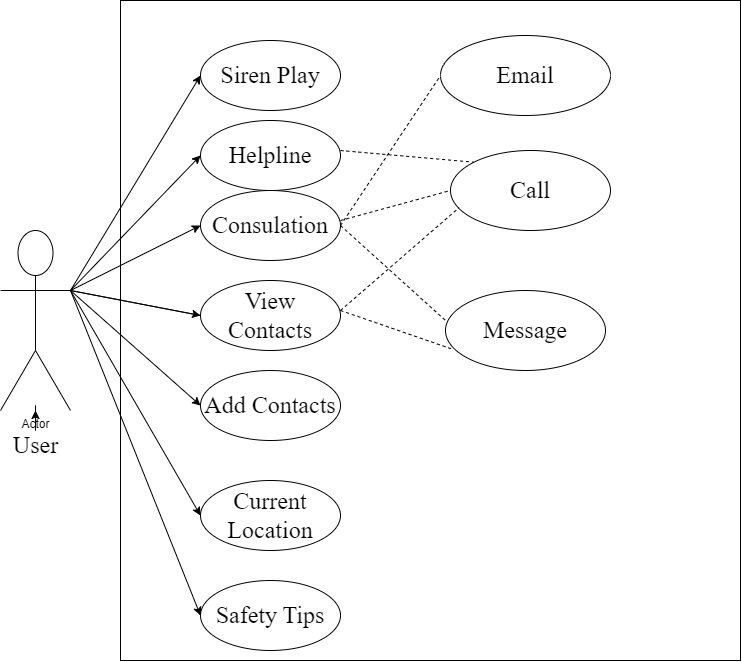
This is Untitled Diagram.drawio.png from SyedaZarin/SafetyTips, a draw.io export, as it was before one commit. Source tidied: cells renumbered, new cells last; positions are measured from the earlier drawing's top-left corner, leaving out a move shared by most shapes.
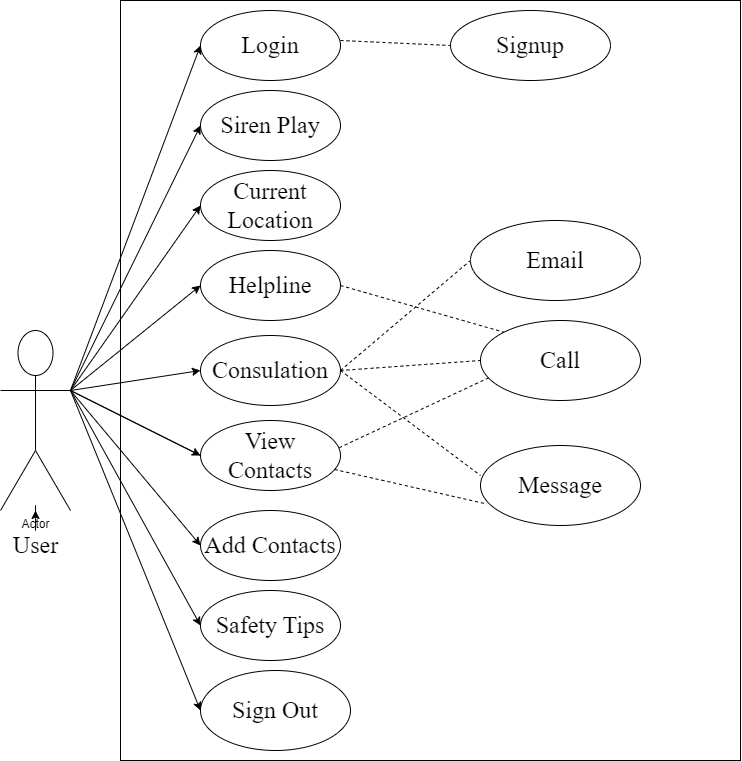
Later version of the same file.

What changed in the source:
```diff
@@ -3,7 +3,7 @@
     <mxCell id="0" />
     <mxCell id="1" parent="0" />
     <mxCell id="2" style="rounded=0;whiteSpace=wrap;html=1;" parent="1" vertex="1">
-      <mxGeometry x="120" width="620" height="660" as="geometry" />
+      <mxGeometry x="120" y="-100" width="620" height="760" as="geometry" />
     </mxCell>
     <mxCell id="3" value="Actor" style="shape=umlActor;verticalLabelPosition=bottom;verticalAlign=top;html=1;outlineConnect=0;" parent="1" vertex="1">
       <mxGeometry y="230" width="70" height="180" as="geometry" />
@@ -15,22 +15,22 @@
       <mxGeometry y="425" width="70" height="40" as="geometry" />
     </mxCell>
     <mxCell id="6" value="&lt;font style=&quot;font-size: 24px;&quot; face=&quot;Times New Roman&quot;&gt;Siren Play&lt;/font&gt;" style="ellipse;whiteSpace=wrap;html=1;" parent="1" vertex="1">
-      <mxGeometry x="200" y="40" width="140" height="70" as="geometry" />
+      <mxGeometry x="200" y="-10" width="140" height="70" as="geometry" />
     </mxCell>
     <mxCell id="7" value="&lt;font style=&quot;font-size: 24px;&quot; face=&quot;Times New Roman&quot;&gt;Helpline&lt;/font&gt;" style="ellipse;whiteSpace=wrap;html=1;" parent="1" vertex="1">
-      <mxGeometry x="200" y="120" width="140" height="70" as="geometry" />
+      <mxGeometry x="200" y="150" width="140" height="70" as="geometry" />
     </mxCell>
     <mxCell id="8" value="&lt;font face=&quot;Times New Roman&quot; style=&quot;font-size: 24px;&quot;&gt;Current Location&lt;/font&gt;" style="ellipse;whiteSpace=wrap;html=1;" parent="1" vertex="1">
-      <mxGeometry x="200" y="480" width="140" height="70" as="geometry" />
+      <mxGeometry x="200" y="70" width="140" height="70" as="geometry" />
     </mxCell>
     <mxCell id="9" value="&lt;font style=&quot;font-size: 24px;&quot; face=&quot;Times New Roman&quot;&gt;Consulation&lt;/font&gt;" style="ellipse;whiteSpace=wrap;html=1;" parent="1" vertex="1">
-      <mxGeometry x="200" y="190" width="140" height="70" as="geometry" />
+      <mxGeometry x="200" y="235" width="140" height="70" as="geometry" />
     </mxCell>
     <mxCell id="10" value="&lt;font style=&quot;font-size: 24px;&quot; face=&quot;Times New Roman&quot;&gt;Add Contacts&lt;/font&gt;" style="ellipse;whiteSpace=wrap;html=1;" parent="1" vertex="1">
-      <mxGeometry x="200" y="370" width="140" height="70" as="geometry" />
+      <mxGeometry x="200" y="410" width="140" height="70" as="geometry" />
     </mxCell>
     <mxCell id="11" value="&lt;font style=&quot;font-size: 24px;&quot; face=&quot;Times New Roman&quot;&gt;Safety Tips&lt;/font&gt;" style="ellipse;whiteSpace=wrap;html=1;" parent="1" vertex="1">
-      <mxGeometry x="200" y="580" width="140" height="70" as="geometry" />
+      <mxGeometry x="200" y="490" width="140" height="70" as="geometry" />
     </mxCell>
     <mxCell id="12" style="endArrow=classic;html=1;rounded=0;fontFamily=Times New Roman;fontSize=24;entryX=0;entryY=0.5;entryDx=0;entryDy=0;" parent="1" edge="1" target="6">
       <mxGeometry relative="1" as="geometry">
@@ -71,13 +71,13 @@
       </mxGeometry>
     </mxCell>
     <mxCell id="19" value="Call" style="ellipse;whiteSpace=wrap;html=1;fontFamily=Times New Roman;fontSize=24;" parent="1" vertex="1">
-      <mxGeometry x="450" y="150" width="160" height="80" as="geometry" />
+      <mxGeometry x="480" y="220" width="160" height="80" as="geometry" />
     </mxCell>
     <mxCell id="20" value="Message" style="ellipse;whiteSpace=wrap;html=1;fontFamily=Times New Roman;fontSize=24;" parent="1" vertex="1">
-      <mxGeometry x="445" y="290" width="160" height="80" as="geometry" />
+      <mxGeometry x="480" y="345" width="160" height="80" as="geometry" />
     </mxCell>
     <mxCell id="21" value="Email" style="ellipse;whiteSpace=wrap;html=1;fontFamily=Times New Roman;fontSize=24;" parent="1" vertex="1">
-      <mxGeometry x="440" y="35" width="170" height="80" as="geometry" />
+      <mxGeometry x="470" y="120" width="170" height="80" as="geometry" />
     </mxCell>
     <mxCell id="22" style="endArrow=none;html=1;rounded=0;fontFamily=Times New Roman;fontSize=24;entryX=0;entryY=0.5;entryDx=0;entryDy=0;" parent="1" edge="1" target="23">
       <mxGeometry relative="1" as="geometry">
@@ -85,17 +85,13 @@
       </mxGeometry>
     </mxCell>
     <mxCell id="23" value="&lt;font style=&quot;font-size: 24px;&quot; face=&quot;Times New Roman&quot;&gt;View Contacts&lt;/font&gt;" style="ellipse;whiteSpace=wrap;html=1;" parent="1" vertex="1">
-      <mxGeometry x="200" y="280" width="140" height="70" as="geometry" />
+      <mxGeometry x="200" y="320" width="140" height="70" as="geometry" />
     </mxCell>
-    <mxCell id="24" style="endArrow=none;dashed=1;html=1;rounded=0;fontFamily=Times New Roman;fontSize=24;entryX=0;entryY=0.5;entryDx=0;entryDy=0;" parent="1" edge="1" target="19">
-      <mxGeometry relative="1" as="geometry">
-        <mxPoint x="340" y="220" as="sourcePoint" />
-      </mxGeometry>
+    <mxCell id="24" style="endArrow=none;dashed=1;html=1;rounded=0;fontFamily=Times New Roman;fontSize=24;entryX=0;entryY=0.5;entryDx=0;entryDy=0;exitX=1;exitY=0.5;exitDx=0;exitDy=0;" parent="1" edge="1" source="9" target="19">
+      <mxGeometry relative="1" as="geometry" />
     </mxCell>
-    <mxCell id="25" style="endArrow=none;dashed=1;html=1;rounded=0;fontFamily=Times New Roman;fontSize=24;entryX=0;entryY=0;entryDx=0;entryDy=0;" parent="1" edge="1" target="19">
-      <mxGeometry relative="1" as="geometry">
-        <mxPoint x="340" y="150" as="sourcePoint" />
-      </mxGeometry>
+    <mxCell id="25" style="endArrow=none;dashed=1;html=1;rounded=0;fontFamily=Times New Roman;fontSize=24;entryX=0;entryY=0;entryDx=0;entryDy=0;exitX=1;exitY=0.5;exitDx=0;exitDy=0;" parent="1" edge="1" source="7" target="19">
+      <mxGeometry relative="1" as="geometry" />
     </mxCell>
     <mxCell id="26" style="endArrow=none;dashed=1;html=1;rounded=0;fontFamily=Times New Roman;fontSize=24;entryX=0;entryY=0.5;entryDx=0;entryDy=0;exitX=1;exitY=0.5;exitDx=0;exitDy=0;" parent="1" edge="1" source="9" target="21">
       <mxGeometry relative="1" as="geometry" />
@@ -103,15 +99,35 @@
     <mxCell id="27" style="endArrow=none;dashed=1;html=1;rounded=0;fontFamily=Times New Roman;fontSize=24;entryX=0;entryY=0.375;entryDx=0;entryDy=0;entryPerimeter=0;exitX=1;exitY=0.5;exitDx=0;exitDy=0;" parent="1" edge="1" source="9" target="20">
       <mxGeometry relative="1" as="geometry" />
     </mxCell>
-    <mxCell id="28" style="endArrow=none;dashed=1;html=1;rounded=0;fontFamily=Times New Roman;fontSize=24;entryX=0.054;entryY=0.714;entryDx=0;entryDy=0;entryPerimeter=0;" parent="1" edge="1" target="19">
-      <mxGeometry relative="1" as="geometry">
-        <mxPoint x="340" y="310" as="sourcePoint" />
-      </mxGeometry>
+    <mxCell id="28" style="endArrow=none;dashed=1;html=1;rounded=0;fontFamily=Times New Roman;fontSize=24;entryX=0.054;entryY=0.714;entryDx=0;entryDy=0;entryPerimeter=0;exitX=0.991;exitY=0.388;exitDx=0;exitDy=0;exitPerimeter=0;" parent="1" edge="1" source="23" target="19">
+      <mxGeometry relative="1" as="geometry" />
     </mxCell>
-    <mxCell id="29" style="endArrow=none;dashed=1;html=1;rounded=0;fontFamily=Times New Roman;fontSize=24;entryX=0.041;entryY=0.732;entryDx=0;entryDy=0;entryPerimeter=0;" parent="1" edge="1" target="20">
-      <mxGeometry relative="1" as="geometry">
-        <mxPoint x="340" y="310" as="sourcePoint" />
-      </mxGeometry>
+    <mxCell id="29" style="endArrow=none;dashed=1;html=1;rounded=0;fontFamily=Times New Roman;fontSize=24;entryX=0.041;entryY=0.732;entryDx=0;entryDy=0;entryPerimeter=0;" parent="1" edge="1" source="23" target="20">
+      <mxGeometry relative="1" as="geometry" />
     </mxCell>
+    <mxCell id="30" value="Login" style="ellipse;whiteSpace=wrap;html=1;fontFamily=Times New Roman;fontSize=24;" parent="1" vertex="1">
+      <mxGeometry x="200" y="-90" width="140" height="70" as="geometry" />
+    </mxCell>
+    <mxCell id="31" value="Signup" style="ellipse;whiteSpace=wrap;html=1;fontFamily=Times New Roman;fontSize=24;" parent="1" vertex="1">
+      <mxGeometry x="450" y="-90" width="160" height="70" as="geometry" />
+    </mxCell>
+    <mxCell id="32" value="Sign Out" style="ellipse;whiteSpace=wrap;html=1;fontFamily=Times New Roman;fontSize=24;" parent="1" vertex="1">
+      <mxGeometry x="200" y="570" width="150" height="80" as="geometry" />
+    </mxCell>
+    <mxCell id="33" style="endArrow=classic;html=1;rounded=0;fontFamily=Times New Roman;fontSize=24;entryX=0;entryY=0.5;entryDx=0;entryDy=0;" parent="1" edge="1" target="30">
+      <mxGeometry relative="1" as="geometry">
+        <mxPoint x="70" y="290" as="sourcePoint" />
+      </mxGeometry>
+    </mxCell>
+    <mxCell id="34" style="endArrow=classic;html=1;rounded=0;fontFamily=Times New Roman;fontSize=24;entryX=0;entryY=0.5;entryDx=0;entryDy=0;" parent="1" edge="1" target="32">
+      <mxGeometry relative="1" as="geometry">
+        <mxPoint x="70" y="290" as="sourcePoint" />
+      </mxGeometry>
+    </mxCell>
+    <mxCell id="35" style="endArrow=none;dashed=1;html=1;rounded=0;fontFamily=Times New Roman;fontSize=24;entryX=0;entryY=0.5;entryDx=0;entryDy=0;" parent="1" edge="1" target="31">
+      <mxGeometry relative="1" as="geometry">
+        <mxPoint x="340" y="-60" as="sourcePoint" />
+      </mxGeometry>
+    </mxCell>
   </root>
 </mxGraphModel>
```
